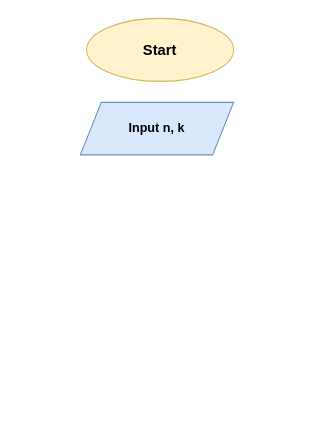
Earlier version of the draw.io diagram epic71.drawio (SofiaPasichko/sofiaa). Source tidied: cells renumbered, new cells numbered last; positions are measured from the earlier drawing's top-left corner, leaving out a move shared by most shapes. Both pictures are drawn from the tidied source at 105%, with x=0, y=0 at pixel (80, 18).
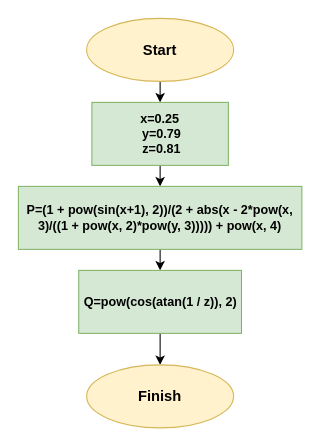
The same diagram, later.

What changed in the source:
```diff
@@
 <mxGraphModel>
   <root>
     <mxCell id="0" />
     <mxCell id="1" parent="0" />
+    <mxCell id="4" style="edgeStyle=orthogonalEdgeStyle;rounded=0;jettySize=auto;html=1;exitX=0.5;exitY=1;exitDx=0;exitDy=0;entryX=0.5;entryY=0;entryDx=0;entryDy=0;" parent="1" edge="1" source="2" target="6">
+      <mxGeometry relative="1" as="geometry" />
+    </mxCell>
     <mxCell id="2" value="&lt;b&gt;&lt;font style=&quot;font-size: 14px;&quot;&gt;Start&lt;/font&gt;&lt;/b&gt;" style="ellipse;whiteSpace=wrap;html=1;fillColor=#fff2cc;strokeColor=#d6b656;" parent="1" vertex="1">
       <mxGeometry x="6" width="140" height="60" as="geometry" />
     </mxCell>
-    <mxCell id="3" value="&lt;b&gt;Input n, k&lt;/b&gt;" style="shape=parallelogram;perimeter=parallelogramPerimeter;whiteSpace=wrap;html=1;fixedSize=1;fillColor=#dae8fc;strokeColor=#6c8ebf;" parent="1" vertex="1">
-      <mxGeometry y="80" width="146" height="50" as="geometry" />
-    </mxCell>
+    <mxCell id="5" style="edgeStyle=orthogonalEdgeStyle;rounded=0;jettySize=auto;html=1;exitX=0.5;exitY=1;exitDx=0;exitDy=0;entryX=0.5;entryY=0;entryDx=0;entryDy=0;" parent="1" edge="1" source="6" target="8">
+      <mxGeometry relative="1" as="geometry" />
+    </mxCell>
+    <mxCell id="6" value="&lt;b&gt;x=0.25&lt;br&gt;&amp;nbsp;y=0.79&lt;br&gt;&amp;nbsp;z=0.81&lt;/b&gt;" style="rounded=0;whiteSpace=wrap;html=1;fillColor=#d5e8d4;strokeColor=#82b366;" parent="1" vertex="1">
+      <mxGeometry x="11" y="80" width="130" height="60" as="geometry" />
+    </mxCell>
+    <mxCell id="7" style="edgeStyle=orthogonalEdgeStyle;rounded=0;jettySize=auto;html=1;exitX=0.5;exitY=1;exitDx=0;exitDy=0;entryX=0.5;entryY=0;entryDx=0;entryDy=0;" parent="1" edge="1" source="8" target="10">
+      <mxGeometry relative="1" as="geometry" />
+    </mxCell>
+    <mxCell id="8" value="&lt;b&gt;P=(1 + pow(sin(x+1), 2))/(2 + abs(x - 2*pow(x, 3)/((1 + pow(x, 2)*pow(y, 3))))) + pow(x, 4)&lt;/b&gt;" style="rounded=0;whiteSpace=wrap;html=1;fillColor=#d5e8d4;strokeColor=#82b366;" parent="1" vertex="1">
+      <mxGeometry x="-59" y="160" width="270" height="60" as="geometry" />
+    </mxCell>
+    <mxCell id="9" style="edgeStyle=orthogonalEdgeStyle;rounded=0;jettySize=auto;html=1;exitX=0.5;exitY=1;exitDx=0;exitDy=0;entryX=0.5;entryY=0;entryDx=0;entryDy=0;" parent="1" edge="1" source="10" target="11">
+      <mxGeometry relative="1" as="geometry" />
+    </mxCell>
+    <mxCell id="10" value="&lt;b&gt;Q=pow(cos(atan(1 / z)), 2)&lt;/b&gt;" style="rounded=0;whiteSpace=wrap;html=1;fillColor=#d5e8d4;strokeColor=#82b366;" parent="1" vertex="1">
+      <mxGeometry x="-1.5" y="240" width="155" height="60" as="geometry" />
+    </mxCell>
+    <mxCell id="11" value="&lt;b&gt;&lt;font style=&quot;font-size: 14px;&quot;&gt;Finish&lt;/font&gt;&lt;/b&gt;" style="ellipse;whiteSpace=wrap;html=1;fillColor=#fff2cc;strokeColor=#d6b656;" parent="1" vertex="1">
+      <mxGeometry x="6" y="330" width="140" height="60" as="geometry" />
+    </mxCell>
   </root>
 </mxGraphModel>
```
